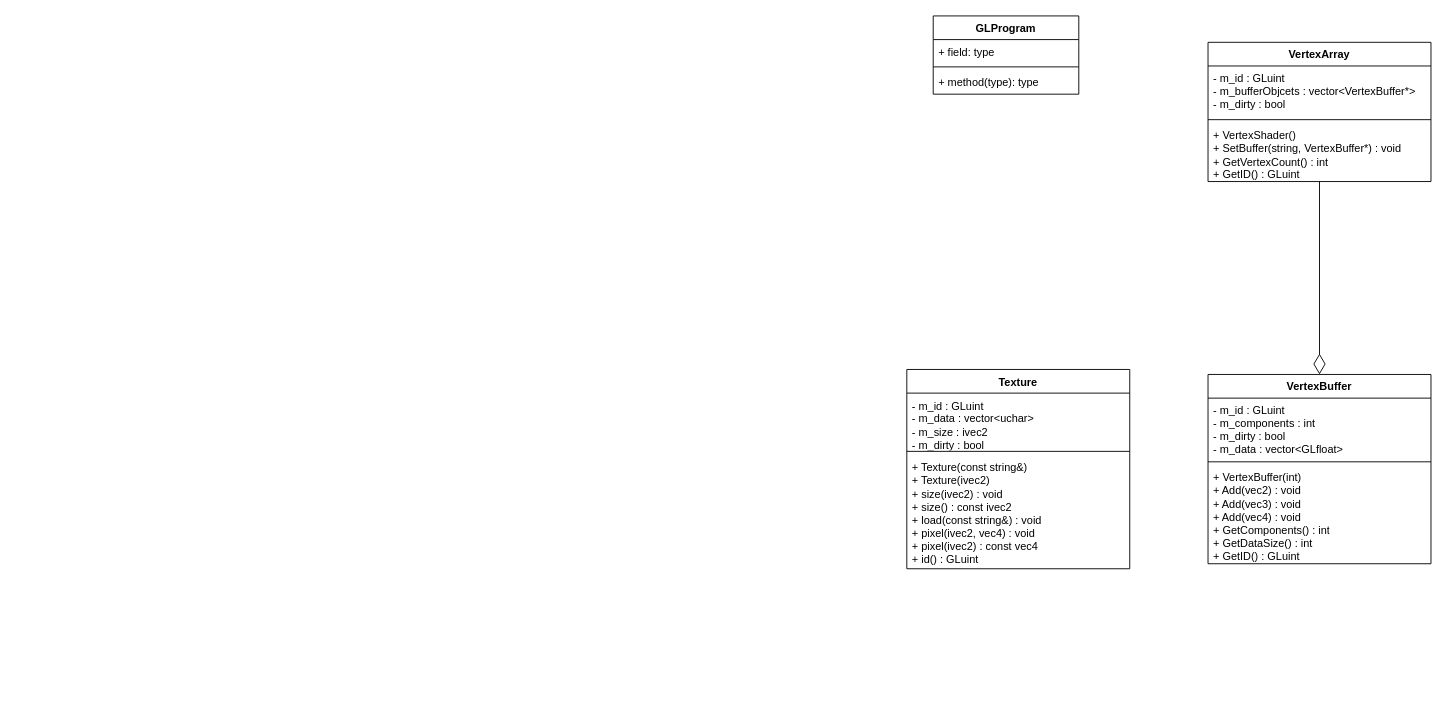
The draw.io diagram GLProgram.drawio in RanakOFour/3DGPProject, before the edit. Source tidied: cells renumbered, new cells numbered last; positions are measured from the earlier drawing's top-left corner, leaving out a move shared by most shapes. Both pictures are drawn from the tidied source at 91%, with x=0, y=0 at pixel (906, 15).
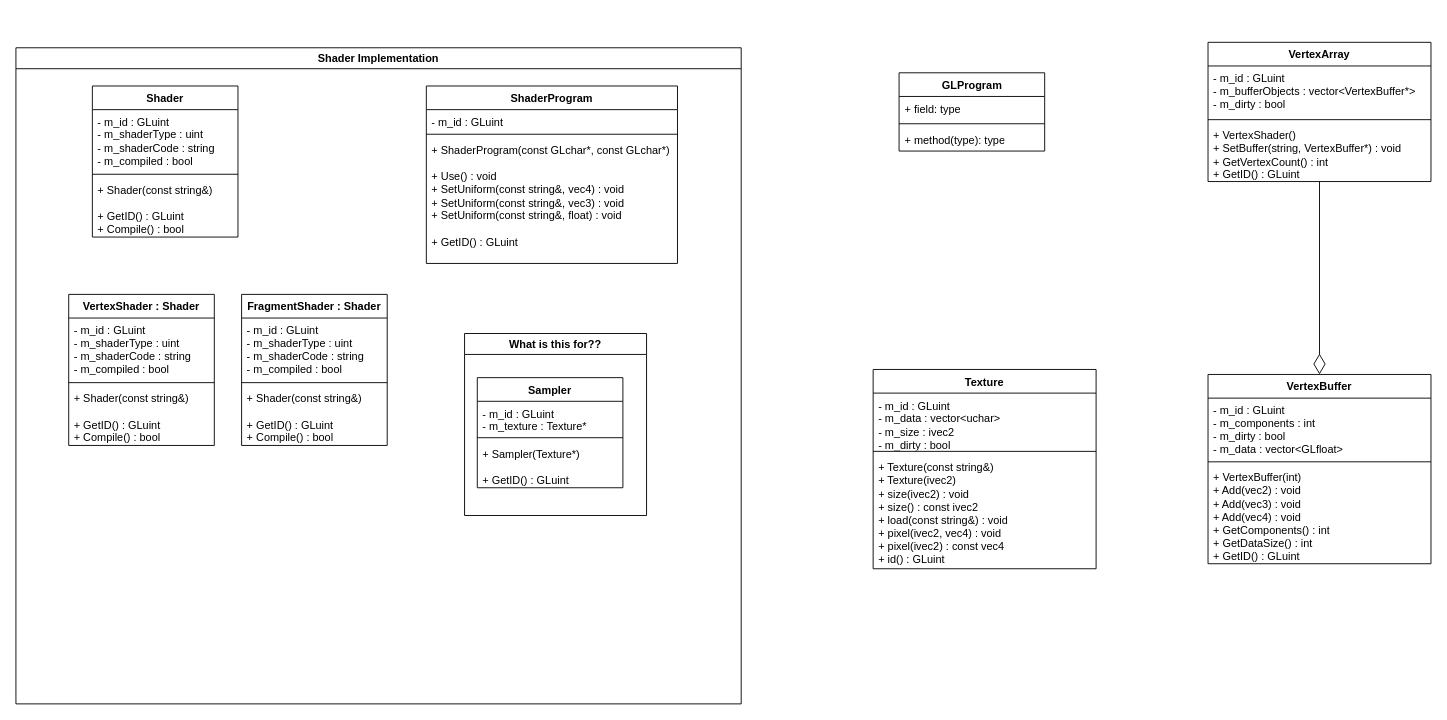
Above is the later version.

Commit message (it also covers changes not shown here):
More shader abstraction

Unchanged cells that the change refers to:
```xml
<mxCell id="7" value="VertexArray" style="swimlane;fontStyle=1;align=center;verticalAlign=top;horizontal=1;startSize=26;whiteSpace=wrap;html=1;" parent="1" vertex="1">
  <mxGeometry x="331" y="29" width="245" height="153" as="geometry" />
</mxCell>
```

The edit, as a diff of the source:
```diff
@@
     <mxCell id="2" value="GLProgram" style="swimlane;fontStyle=1;align=center;verticalAlign=top;horizontal=1;startSize=26;whiteSpace=wrap;html=1;" parent="1" vertex="1">
-      <mxGeometry x="29" width="160" height="86" as="geometry" />
+      <mxGeometry x="-8.5" y="62.5" width="160" height="86" as="geometry" />
     </mxCell>
@@
-    <mxCell id="8" value="- m_id : GLuint&lt;div&gt;- m_bufferObjcets : vector&amp;lt;VertexBuffer*&amp;gt;&lt;/div&gt;&lt;div&gt;- m_dirty : bool&lt;/div&gt;" style="text;strokeColor=none;fillColor=none;align=left;verticalAlign=top;spacingLeft=4;spacingRight=4;overflow=hidden;whiteSpace=wrap;html=1;" parent="7" vertex="1">
+    <mxCell id="8" value="- m_id : GLuint&lt;div&gt;- m_bufferObjects : vector&amp;lt;VertexBuffer*&amp;gt;&lt;/div&gt;&lt;div&gt;- m_dirty : bool&lt;/div&gt;" style="text;strokeColor=none;fillColor=none;align=left;verticalAlign=top;spacingLeft=4;spacingRight=4;overflow=hidden;whiteSpace=wrap;html=1;" parent="7" vertex="1">
       <mxGeometry y="26" width="245" height="55" as="geometry" />
     </mxCell>
@@
     <mxCell id="15" value="Texture" style="swimlane;fontStyle=1;align=center;verticalAlign=top;horizontal=1;startSize=26;whiteSpace=wrap;html=1;" parent="1" vertex="1">
-      <mxGeometry y="388.5" width="245" height="219" as="geometry" />
+      <mxGeometry x="-37" y="388.5" width="245" height="219" as="geometry" />
     </mxCell>
@@
+    <mxCell id="19" value="Shader Implementation" style="swimlane;whiteSpace=wrap;html=1;" parent="1" vertex="1">
+      <mxGeometry x="-979" y="35" width="797" height="721" as="geometry" />
+    </mxCell>
+    <mxCell id="20" value="Shader" style="swimlane;fontStyle=1;align=center;verticalAlign=top;horizontal=1;startSize=26;whiteSpace=wrap;html=1;" parent="19" vertex="1">
+      <mxGeometry x="84" y="42" width="160" height="166" as="geometry" />
+    </mxCell>
+    <mxCell id="21" value="- m_id : GLuint&lt;div&gt;- m_shaderType : uint&lt;br&gt;&lt;div&gt;- m_shaderCode : string&lt;/div&gt;&lt;div&gt;- m_compiled : bool&lt;/div&gt;&lt;/div&gt;" style="text;strokeColor=none;fillColor=none;align=left;verticalAlign=top;spacingLeft=4;spacingRight=4;overflow=hidden;whiteSpace=wrap;html=1;" parent="20" vertex="1">
+      <mxGeometry y="26" width="160" height="67" as="geometry" />
+    </mxCell>
+    <mxCell id="22" style="line;strokeWidth=1;fillColor=none;align=left;verticalAlign=middle;spacingTop=-1;spacingLeft=3;spacingRight=3;labelPosition=right;strokeColor=inherit;" parent="20" vertex="1">
+      <mxGeometry y="93" width="160" height="8" as="geometry" />
+    </mxCell>
+    <mxCell id="23" value="+ Shader(const string&amp;amp;)&lt;div&gt;&lt;br&gt;&lt;/div&gt;&lt;div&gt;+ GetID() : GLuint&lt;/div&gt;&lt;div&gt;+ Compile() : bool&lt;/div&gt;" style="text;strokeColor=none;fillColor=none;align=left;verticalAlign=top;spacingLeft=4;spacingRight=4;overflow=hidden;whiteSpace=wrap;html=1;" parent="20" vertex="1">
+      <mxGeometry y="101" width="160" height="65" as="geometry" />
+    </mxCell>
+    <mxCell id="24" value="ShaderProgram" style="swimlane;fontStyle=1;align=center;verticalAlign=top;horizontal=1;startSize=26;whiteSpace=wrap;html=1;" parent="19" vertex="1">
+      <mxGeometry x="451" y="42" width="276" height="195" as="geometry" />
+    </mxCell>
+    <mxCell id="25" value="- m_id : GLuint" style="text;strokeColor=none;fillColor=none;align=left;verticalAlign=top;spacingLeft=4;spacingRight=4;overflow=hidden;whiteSpace=wrap;html=1;" parent="24" vertex="1">
+      <mxGeometry y="26" width="276" height="23" as="geometry" />
+    </mxCell>
+    <mxCell id="26" style="line;strokeWidth=1;fillColor=none;align=left;verticalAlign=middle;spacingTop=-1;spacingLeft=3;spacingRight=3;labelPosition=right;strokeColor=inherit;" parent="24" vertex="1">
+      <mxGeometry y="49" width="276" height="8" as="geometry" />
+    </mxCell>
+    <mxCell id="27" value="+ ShaderProgram(const GLchar*, const GLchar*)&lt;div&gt;&lt;br&gt;&lt;/div&gt;&lt;div&gt;+ Use() : void&lt;/div&gt;&lt;div&gt;+ SetUniform(const string&amp;amp;, vec4) : void&lt;/div&gt;+ SetUniform(const string&amp;amp;, vec3) : void&lt;div&gt;+ SetUniform(const string&amp;amp;, float) : void&lt;/div&gt;&lt;div&gt;&lt;br&gt;&lt;/div&gt;&lt;div&gt;+ GetID() : GLuint&lt;/div&gt;" style="text;strokeColor=none;fillColor=none;align=left;verticalAlign=top;spacingLeft=4;spacingRight=4;overflow=hidden;whiteSpace=wrap;html=1;" parent="24" vertex="1">
+      <mxGeometry y="57" width="276" height="138" as="geometry" />
+    </mxCell>
+    <mxCell id="28" value="VertexShader : Shader" style="swimlane;fontStyle=1;align=center;verticalAlign=top;horizontal=1;startSize=26;whiteSpace=wrap;html=1;" parent="19" vertex="1">
+      <mxGeometry x="58" y="271" width="160" height="166" as="geometry" />
+    </mxCell>
+    <mxCell id="29" value="- m_id : GLuint&lt;div&gt;- m_shaderType : uint&lt;br&gt;&lt;div&gt;- m_shaderCode : string&lt;/div&gt;&lt;div&gt;- m_compiled : bool&lt;/div&gt;&lt;/div&gt;" style="text;strokeColor=none;fillColor=none;align=left;verticalAlign=top;spacingLeft=4;spacingRight=4;overflow=hidden;whiteSpace=wrap;html=1;" parent="28" vertex="1">
+      <mxGeometry y="26" width="160" height="67" as="geometry" />
+    </mxCell>
+    <mxCell id="30" style="line;strokeWidth=1;fillColor=none;align=left;verticalAlign=middle;spacingTop=-1;spacingLeft=3;spacingRight=3;labelPosition=right;strokeColor=inherit;" parent="28" vertex="1">
+      <mxGeometry y="93" width="160" height="8" as="geometry" />
+    </mxCell>
+    <mxCell id="31" value="+ Shader(const string&amp;amp;)&lt;div&gt;&lt;br&gt;&lt;/div&gt;&lt;div&gt;+ GetID() : GLuint&lt;/div&gt;&lt;div&gt;+ Compile() : bool&lt;/div&gt;" style="text;strokeColor=none;fillColor=none;align=left;verticalAlign=top;spacingLeft=4;spacingRight=4;overflow=hidden;whiteSpace=wrap;html=1;" parent="28" vertex="1">
+      <mxGeometry y="101" width="160" height="65" as="geometry" />
+    </mxCell>
+    <mxCell id="32" value="FragmentShader : Shader" style="swimlane;fontStyle=1;align=center;verticalAlign=top;horizontal=1;startSize=26;whiteSpace=wrap;html=1;" parent="19" vertex="1">
+      <mxGeometry x="248" y="271" width="160" height="166" as="geometry" />
+    </mxCell>
+    <mxCell id="33" value="- m_id : GLuint&lt;div&gt;- m_shaderType : uint&lt;br&gt;&lt;div&gt;- m_shaderCode : string&lt;/div&gt;&lt;div&gt;- m_compiled : bool&lt;/div&gt;&lt;/div&gt;" style="text;strokeColor=none;fillColor=none;align=left;verticalAlign=top;spacingLeft=4;spacingRight=4;overflow=hidden;whiteSpace=wrap;html=1;" parent="32" vertex="1">
+      <mxGeometry y="26" width="160" height="67" as="geometry" />
+    </mxCell>
+    <mxCell id="34" style="line;strokeWidth=1;fillColor=none;align=left;verticalAlign=middle;spacingTop=-1;spacingLeft=3;spacingRight=3;labelPosition=right;strokeColor=inherit;" parent="32" vertex="1">
+      <mxGeometry y="93" width="160" height="8" as="geometry" />
+    </mxCell>
+    <mxCell id="35" value="+ Shader(const string&amp;amp;)&lt;div&gt;&lt;br&gt;&lt;/div&gt;&lt;div&gt;+ GetID() : GLuint&lt;/div&gt;&lt;div&gt;+ Compile() : bool&lt;/div&gt;" style="text;strokeColor=none;fillColor=none;align=left;verticalAlign=top;spacingLeft=4;spacingRight=4;overflow=hidden;whiteSpace=wrap;html=1;" parent="32" vertex="1">
+      <mxGeometry y="101" width="160" height="65" as="geometry" />
+    </mxCell>
+    <mxCell id="36" value="What is this for??" style="swimlane;whiteSpace=wrap;html=1;" parent="19" vertex="1">
+      <mxGeometry x="493" y="314" width="200" height="200" as="geometry" />
+    </mxCell>
+    <mxCell id="37" value="Sampler" style="swimlane;fontStyle=1;align=center;verticalAlign=top;horizontal=1;startSize=26;whiteSpace=wrap;html=1;" parent="36" vertex="1">
+      <mxGeometry x="14" y="48.5" width="160" height="121" as="geometry" />
+    </mxCell>
+    <mxCell id="38" value="- m_id : GLuint&lt;div&gt;- m_texture : Texture*&lt;/div&gt;" style="text;strokeColor=none;fillColor=none;align=left;verticalAlign=top;spacingLeft=4;spacingRight=4;overflow=hidden;whiteSpace=wrap;html=1;" parent="37" vertex="1">
+      <mxGeometry y="26" width="160" height="36" as="geometry" />
+    </mxCell>
+    <mxCell id="39" style="line;strokeWidth=1;fillColor=none;align=left;verticalAlign=middle;spacingTop=-1;spacingLeft=3;spacingRight=3;labelPosition=right;strokeColor=inherit;" parent="37" vertex="1">
+      <mxGeometry y="62" width="160" height="8" as="geometry" />
+    </mxCell>
+    <mxCell id="40" value="+ Sampler(Texture*)&lt;div&gt;&lt;br&gt;&lt;/div&gt;&lt;div&gt;+ GetID() : GLuint&lt;/div&gt;" style="text;strokeColor=none;fillColor=none;align=left;verticalAlign=top;spacingLeft=4;spacingRight=4;overflow=hidden;whiteSpace=wrap;html=1;" parent="37" vertex="1">
+      <mxGeometry y="70" width="160" height="51" as="geometry" />
+    </mxCell>
```
